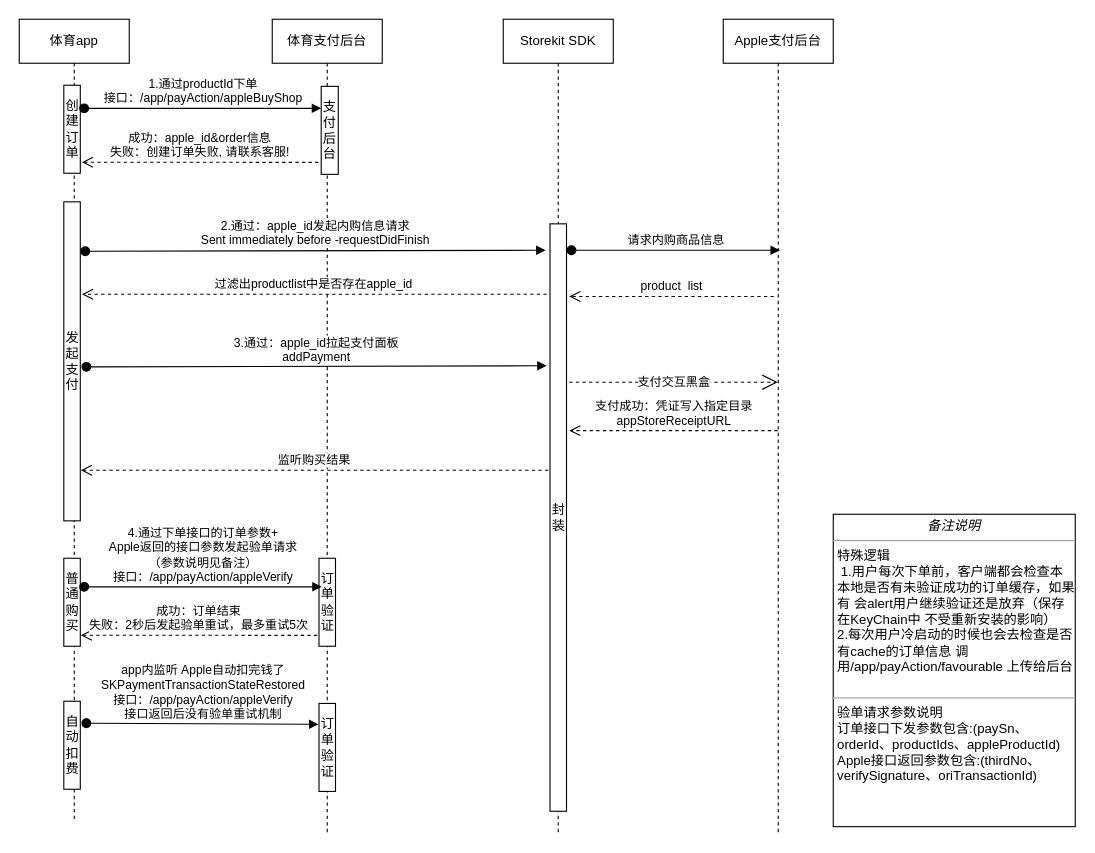
Above: page "Page-1" (1 of 2) of 未命名绘图.drawio in wanjj8023/whl (draw.io), before the change. Source tidied: cells renumbered, new cells numbered last; positions are measured from the earlier drawing's top-left corner, leaving out a move shared by most shapes. Both pictures are drawn from the tidied source at 110%, with x=0, y=0 at pixel (19, 19).
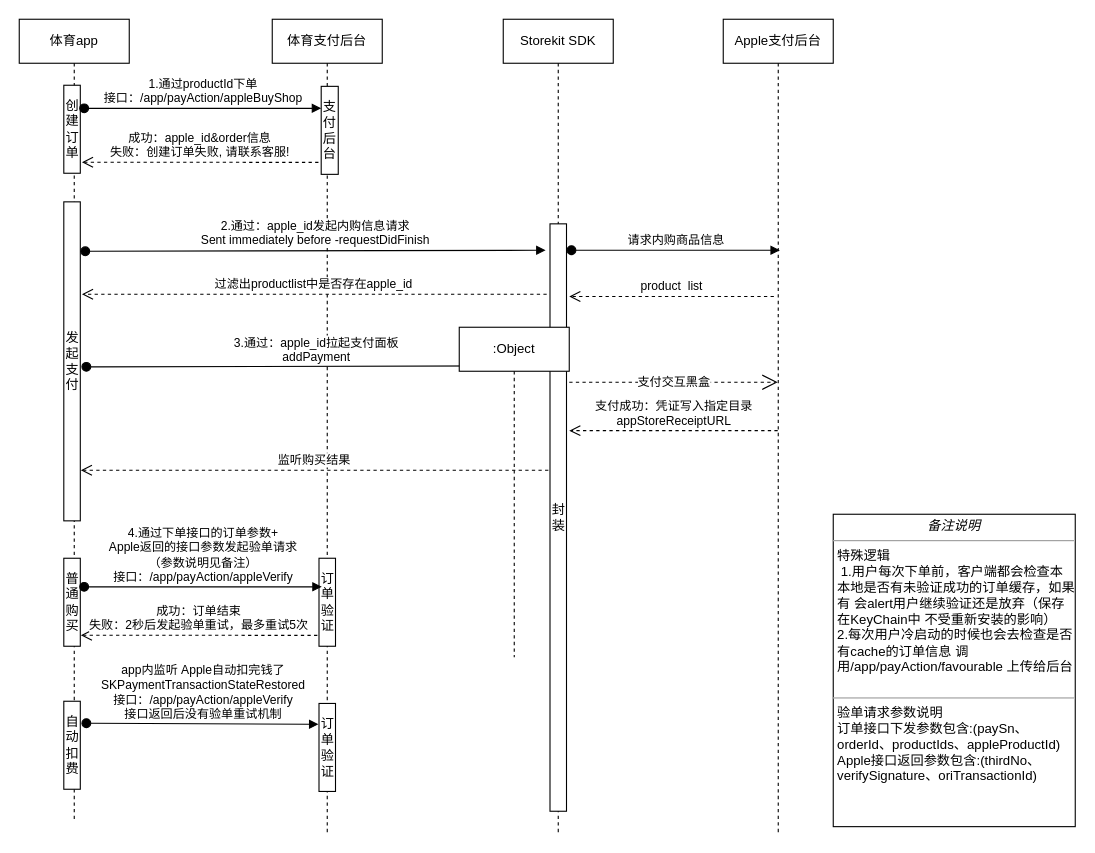
After the change.

Commit message:
直播间加载流程.drawio

What changed in the source:
```diff
@@
+    <mxCell id="28" value=":Object" style="shape=umlLifeline;perimeter=lifelinePerimeter;whiteSpace=wrap;html=1;newEdgeStyle={&quot;curved&quot;:0,&quot;rounded&quot;:0};" parent="1" vertex="1">
+      <mxGeometry x="400" y="280" width="100" height="300" as="geometry" />
+    </mxCell>
```
